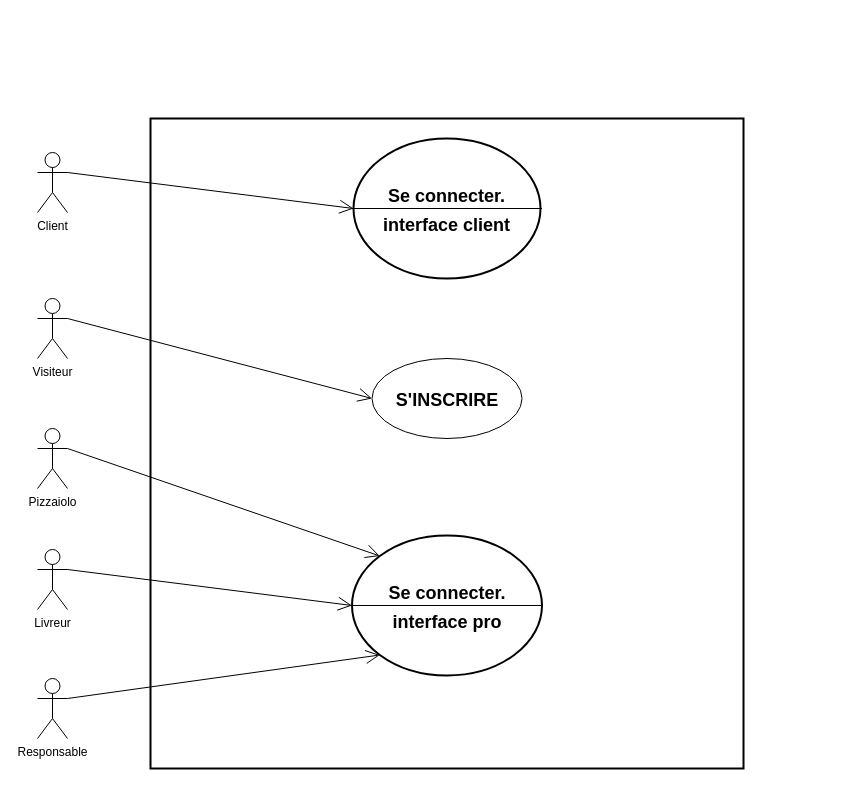
Earlier version of the draw.io diagram diagrams/useCase/AuthentificationDiagram.drawio (gsagot/oc_p6_ocPizza). Source tidied: cells renumbered, new cells numbered last; positions are measured from the earlier drawing's top-left corner, leaving out a move shared by most shapes. Both pictures are drawn from the tidied source at 100%, with x=0, y=0 at pixel (37, 118).
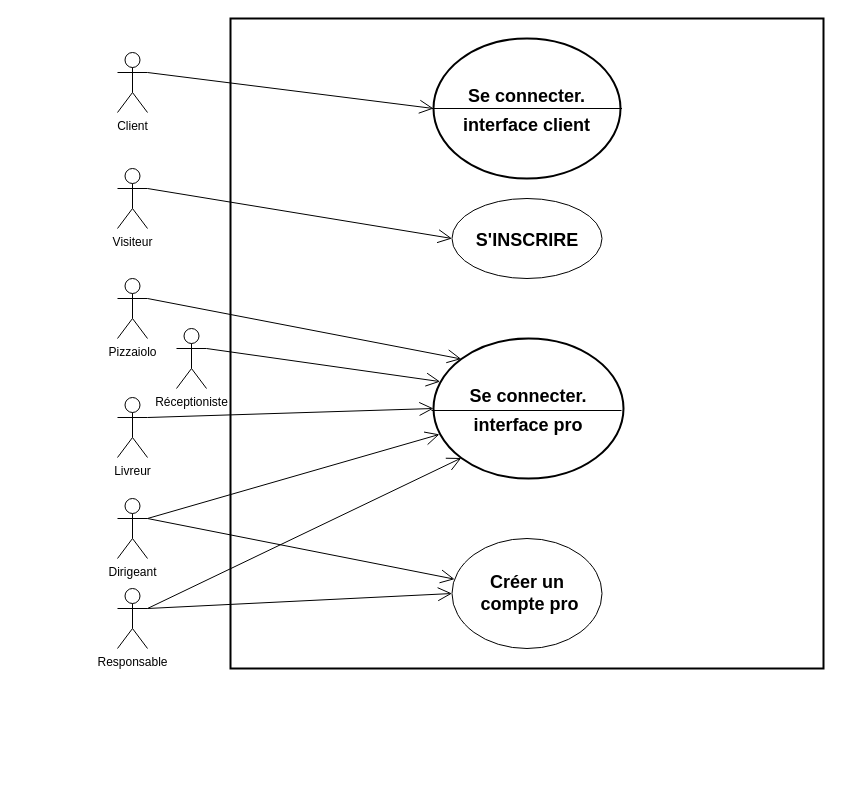
After the change.

The edit, as a diff of the source:
```diff
@@
-    <mxCell id="2" style="html=1;strokeWidth=2;" parent="1" vertex="1">
-      <mxGeometry x="113" width="593" height="650" as="geometry" />
-    </mxCell>
+    <mxCell id="18" style="html=1;strokeWidth=2;" parent="1" vertex="1">
+      <mxGeometry x="193" y="-100" width="593" height="650" as="geometry" />
+    </mxCell>
     <mxCell id="3" value="&lt;h1&gt;&lt;font style=&quot;font-size: 18px&quot;&gt;Se connecter. interface client&lt;/font&gt;&lt;/h1&gt;" style="ellipse;whiteSpace=wrap;html=1;strokeWidth=2;" parent="1" vertex="1">
-      <mxGeometry x="316" y="20" width="187" height="140" as="geometry" />
+      <mxGeometry x="396" y="-80" width="187" height="140" as="geometry" />
     </mxCell>
     <mxCell id="4" value="&lt;h1&gt;&lt;font style=&quot;font-size: 18px&quot;&gt;S'INSCRIRE&lt;/font&gt;&lt;/h1&gt;" style="ellipse;whiteSpace=wrap;html=1;" parent="1" vertex="1">
-      <mxGeometry x="334.5" y="240" width="150" height="80" as="geometry" />
+      <mxGeometry x="414.5" y="80" width="150" height="80" as="geometry" />
     </mxCell>
     <mxCell id="5" value="Visiteur" style="shape=umlActor;verticalLabelPosition=bottom;verticalAlign=top;html=1;" parent="1" vertex="1">
-      <mxGeometry y="180" width="30" height="60" as="geometry" />
+      <mxGeometry x="80" y="50" width="30" height="60" as="geometry" />
     </mxCell>
     <mxCell id="6" value="Client" style="shape=umlActor;verticalLabelPosition=bottom;verticalAlign=top;html=1;" parent="1" vertex="1">
-      <mxGeometry y="34" width="30" height="60" as="geometry" />
+      <mxGeometry x="80" y="-66" width="30" height="60" as="geometry" />
     </mxCell>
     <mxCell id="7" value="Pizzaiolo" style="shape=umlActor;verticalLabelPosition=bottom;verticalAlign=top;html=1;" parent="1" vertex="1">
-      <mxGeometry y="310" width="30" height="60" as="geometry" />
+      <mxGeometry x="80" y="160" width="30" height="60" as="geometry" />
     </mxCell>
@@
     <mxCell id="11" value="&lt;h1&gt;&lt;font style=&quot;font-size: 18px&quot;&gt;Se connecter. interface pro&lt;/font&gt;&lt;/h1&gt;" style="ellipse;whiteSpace=wrap;html=1;strokeWidth=2;" parent="1" vertex="1">
-      <mxGeometry x="314.5" y="417" width="190" height="140" as="geometry" />
+      <mxGeometry x="396" y="220" width="190" height="140" as="geometry" />
     </mxCell>
     <mxCell id="12" value="Livreur" style="shape=umlActor;verticalLabelPosition=bottom;verticalAlign=top;html=1;" parent="1" vertex="1">
-      <mxGeometry y="431" width="30" height="60" as="geometry" />
+      <mxGeometry x="80" y="279" width="30" height="60" as="geometry" />
     </mxCell>
     <mxCell id="13" value="Responsable" style="shape=umlActor;verticalLabelPosition=bottom;verticalAlign=top;html=1;" parent="1" vertex="1">
-      <mxGeometry y="560" width="30" height="60" as="geometry" />
+      <mxGeometry x="80" y="470" width="30" height="60" as="geometry" />
     </mxCell>
@@
-    <mxCell id="16" style="line;strokeWidth=1;fillColor=none;align=left;verticalAlign=middle;spacingTop=-1;spacingLeft=3;spacingRight=3;labelPosition=right;" parent="1" vertex="1">
-      <mxGeometry x="314.5" y="483" width="190" height="8" as="geometry" />
-    </mxCell>
-    <mxCell id="17" style="line;strokeWidth=1;fillColor=none;align=left;verticalAlign=middle;spacingTop=-1;spacingLeft=3;spacingRight=3;labelPosition=right;" parent="1" vertex="1">
-      <mxGeometry x="314.5" y="86" width="190" height="8" as="geometry" />
-    </mxCell>
+    <mxCell id="19" style="line;strokeWidth=1;fillColor=none;align=left;verticalAlign=middle;spacingTop=-1;spacingLeft=3;spacingRight=3;labelPosition=right;" parent="1" vertex="1">
+      <mxGeometry x="394" y="288" width="190" height="8" as="geometry" />
+    </mxCell>
+    <mxCell id="20" style="line;strokeWidth=1;fillColor=none;align=left;verticalAlign=middle;spacingTop=-1;spacingLeft=3;spacingRight=3;labelPosition=right;" parent="1" vertex="1">
+      <mxGeometry x="394.5" y="-14" width="190" height="8" as="geometry" />
+    </mxCell>
+    <mxCell id="21" value="&lt;p style=&quot;line-height: 60%&quot;&gt;&lt;/p&gt;&lt;h2&gt;&lt;font style=&quot;font-size: 18px&quot;&gt;Créer un&lt;br&gt;&lt;/font&gt;&lt;font style=&quot;font-size: 18px&quot;&gt;&amp;nbsp;compte&amp;nbsp;&lt;/font&gt;&lt;b style=&quot;font-size: 18px&quot;&gt;pro&lt;/b&gt;&lt;/h2&gt;&lt;p&gt;&lt;/p&gt;" style="ellipse;whiteSpace=wrap;html=1;" parent="1" vertex="1">
+      <mxGeometry x="414.5" y="420" width="150" height="110" as="geometry" />
+    </mxCell>
+    <mxCell id="22" style="endArrow=open;endFill=1;endSize=12;html=1;entryX=0;entryY=0.5;entryDx=0;entryDy=0;exitX=1;exitY=0.3333333333333333;exitDx=0;exitDy=0;exitPerimeter=0;" parent="1" edge="1" source="13" target="21">
+      <mxGeometry relative="1" as="geometry" />
+    </mxCell>
+    <mxCell id="23" value="Dirigeant" style="shape=umlActor;verticalLabelPosition=bottom;verticalAlign=top;html=1;" parent="1" vertex="1">
+      <mxGeometry x="80" y="380" width="30" height="60" as="geometry" />
+    </mxCell>
+    <mxCell id="24" style="endArrow=open;endFill=1;endSize=12;html=1;exitX=1;exitY=0.3333333333333333;exitDx=0;exitDy=0;exitPerimeter=0;entryX=0.031;entryY=0.685;entryDx=0;entryDy=0;entryPerimeter=0;" parent="1" edge="1" source="23" target="11">
+      <mxGeometry relative="1" as="geometry" />
+    </mxCell>
+    <mxCell id="25" value="Réceptioniste" style="shape=umlActor;verticalLabelPosition=bottom;verticalAlign=top;html=1;" parent="1" vertex="1">
+      <mxGeometry x="139" y="210" width="30" height="60" as="geometry" />
+    </mxCell>
+    <mxCell id="26" style="endArrow=open;endFill=1;endSize=12;html=1;exitX=1;exitY=0.3333333333333333;exitDx=0;exitDy=0;exitPerimeter=0;entryX=0.035;entryY=0.308;entryDx=0;entryDy=0;entryPerimeter=0;" parent="1" edge="1" source="25" target="11">
+      <mxGeometry relative="1" as="geometry" />
+    </mxCell>
+    <mxCell id="27" style="endArrow=open;endFill=1;endSize=12;html=1;exitX=1;exitY=0.3333333333333333;exitDx=0;exitDy=0;exitPerimeter=0;" parent="1" edge="1" source="23" target="21">
+      <mxGeometry relative="1" as="geometry" />
+    </mxCell>
```
